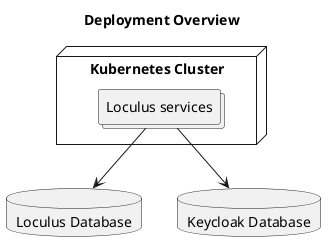
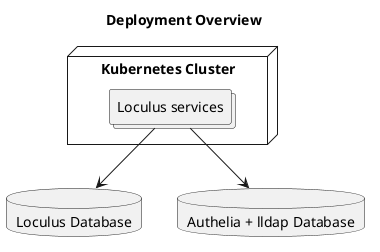
@startuml

title Deployment Overview

node "Kubernetes Cluster" as loculus {
    collections "Loculus services" as services
}

database "Loculus Database" as db
- database "Keycloak Database" as kc_db
+ database "Authelia + lldap Database" as ldap_data

services --> db
- services --> kc_db
+ services --> ldap_data

@enduml
